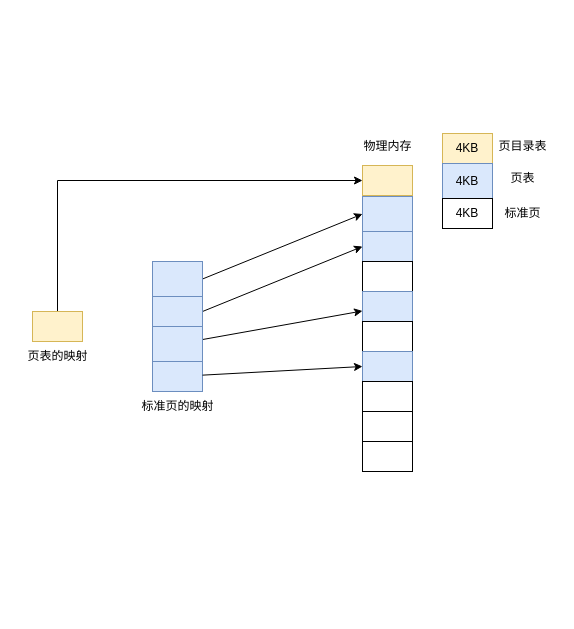
Before: diagrams/二级页表.drawio in Wanggs2418/MakeOS, a draw.io diagram. Source tidied: cells renumbered, new cells numbered last; positions are measured from the earlier drawing's top-left corner, leaving out a move shared by most shapes. Both pictures are drawn from the tidied source at 100%, with x=0, y=0 at pixel (17, 131).
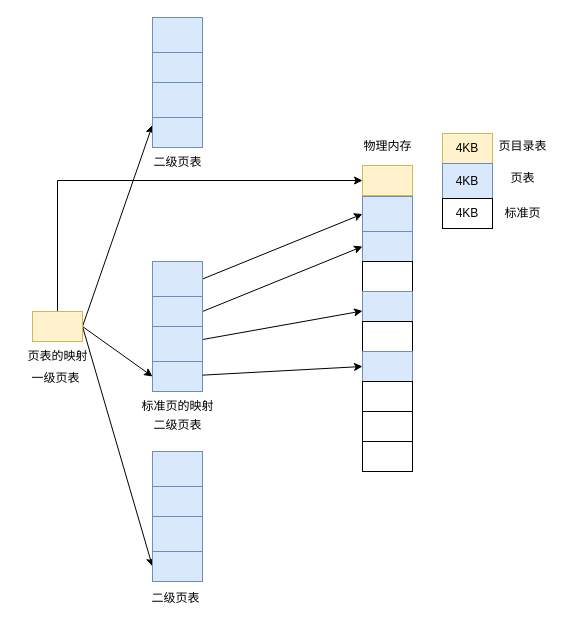
After the change.

The change refers to these unchanged cells:
```xml
<mxCell id="20" style="rounded=0;whiteSpace=wrap;html=1;fillColor=#fff2cc;strokeColor=#d6b656;" parent="1" vertex="1">
  <mxGeometry x="15" y="180" width="50" height="30" as="geometry" />
</mxCell>
<mxCell id="28" style="rounded=0;whiteSpace=wrap;html=1;fillColor=#dae8fc;strokeColor=#6c8ebf;" parent="24" vertex="1">
  <mxGeometry y="100" width="50" height="30" as="geometry" />
</mxCell>
```

The edit, as a diff of the source:
```diff
@@
+    <mxCell id="32" style="rounded=0;jettySize=auto;html=1;entryX=0;entryY=0.5;entryDx=0;entryDy=0;exitX=1;exitY=0.5;exitDx=0;exitDy=0;" parent="1" edge="1" source="20" target="28">
+      <mxGeometry relative="1" as="geometry" />
+    </mxCell>
+    <mxCell id="33" style="rounded=0;jettySize=auto;html=1;entryX=0;entryY=0.5;entryDx=0;entryDy=0;exitX=1;exitY=0.5;exitDx=0;exitDy=0;" parent="1" edge="1" source="20" target="39">
+      <mxGeometry relative="1" as="geometry" />
+    </mxCell>
+    <mxCell id="34" style="rounded=0;jettySize=auto;html=1;entryX=0;entryY=0.25;entryDx=0;entryDy=0;exitX=1;exitY=0.5;exitDx=0;exitDy=0;" parent="1" edge="1" source="20" target="44">
+      <mxGeometry relative="1" as="geometry" />
+    </mxCell>
@@
+    <mxCell id="35" style="group;" parent="1" vertex="1">
+      <mxGeometry x="135" y="320" width="50" height="130" as="geometry" />
+    </mxCell>
+    <mxCell id="36" style="rounded=0;whiteSpace=wrap;html=1;fillColor=#dae8fc;strokeColor=#6c8ebf;" parent="35" vertex="1">
+      <mxGeometry width="50" height="35" as="geometry" />
+    </mxCell>
+    <mxCell id="37" style="rounded=0;whiteSpace=wrap;html=1;fillColor=#dae8fc;strokeColor=#6c8ebf;" parent="35" vertex="1">
+      <mxGeometry y="35" width="50" height="30" as="geometry" />
+    </mxCell>
+    <mxCell id="38" style="rounded=0;whiteSpace=wrap;html=1;fillColor=#dae8fc;strokeColor=#6c8ebf;" parent="35" vertex="1">
+      <mxGeometry y="65" width="50" height="35" as="geometry" />
+    </mxCell>
+    <mxCell id="39" style="rounded=0;whiteSpace=wrap;html=1;fillColor=#dae8fc;strokeColor=#6c8ebf;" parent="35" vertex="1">
+      <mxGeometry y="100" width="50" height="30" as="geometry" />
+    </mxCell>
+    <mxCell id="40" style="group;" parent="1" vertex="1">
+      <mxGeometry x="135" y="-114" width="50" height="130" as="geometry" />
+    </mxCell>
+    <mxCell id="41" style="rounded=0;whiteSpace=wrap;html=1;fillColor=#dae8fc;strokeColor=#6c8ebf;" parent="40" vertex="1">
+      <mxGeometry width="50" height="35" as="geometry" />
+    </mxCell>
+    <mxCell id="42" style="rounded=0;whiteSpace=wrap;html=1;fillColor=#dae8fc;strokeColor=#6c8ebf;" parent="40" vertex="1">
+      <mxGeometry y="35" width="50" height="30" as="geometry" />
+    </mxCell>
+    <mxCell id="43" style="rounded=0;whiteSpace=wrap;html=1;fillColor=#dae8fc;strokeColor=#6c8ebf;" parent="40" vertex="1">
+      <mxGeometry y="65" width="50" height="35" as="geometry" />
+    </mxCell>
+    <mxCell id="44" style="rounded=0;whiteSpace=wrap;html=1;fillColor=#dae8fc;strokeColor=#6c8ebf;" parent="40" vertex="1">
+      <mxGeometry y="100" width="50" height="30" as="geometry" />
+    </mxCell>
+    <mxCell id="45" value="一级页表" style="text;html=1;align=center;verticalAlign=middle;strokeColor=none;fillColor=none;" parent="1" vertex="1">
+      <mxGeometry x="5" y="234" width="66" height="26" as="geometry" />
+    </mxCell>
+    <mxCell id="46" value="二级页表" style="text;html=1;align=center;verticalAlign=middle;strokeColor=none;fillColor=none;" parent="1" vertex="1">
+      <mxGeometry x="125" y="454" width="66" height="26" as="geometry" />
+    </mxCell>
+    <mxCell id="47" value="二级页表" style="text;html=1;align=center;verticalAlign=middle;strokeColor=none;fillColor=none;" parent="1" vertex="1">
+      <mxGeometry x="127" y="281" width="66" height="26" as="geometry" />
+    </mxCell>
+    <mxCell id="48" value="二级页表" style="text;html=1;align=center;verticalAlign=middle;strokeColor=none;fillColor=none;" parent="1" vertex="1">
+      <mxGeometry x="127" y="18" width="66" height="26" as="geometry" />
+    </mxCell>
```
